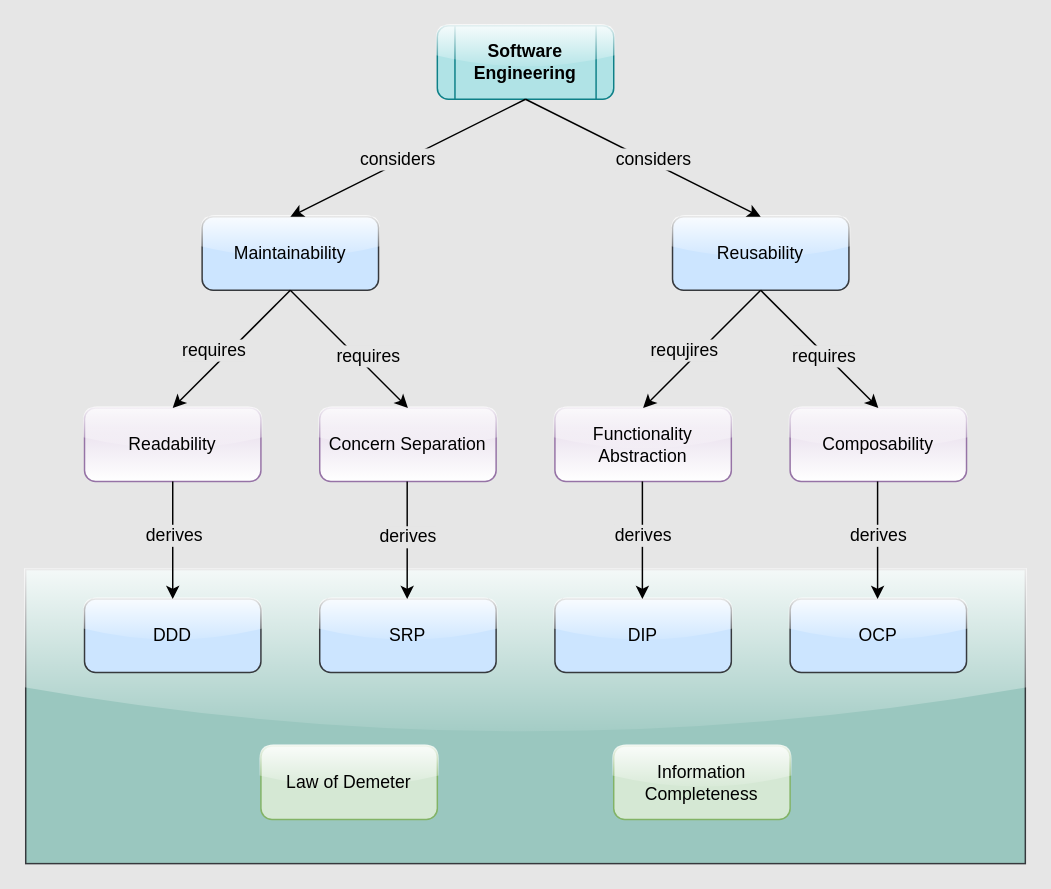
psilons/python-ent-tutorial keeps this draw.io diagram as chapter_09_design/docs/design_principles.drawio. Above is the earlier version. Source tidied: cells renumbered, new cells numbered last; positions are measured from the earlier drawing's top-left corner, leaving out a move shared by most shapes. Both pictures are drawn from the tidied source at 147%, with x=0, y=0 at pixel (25, 25).
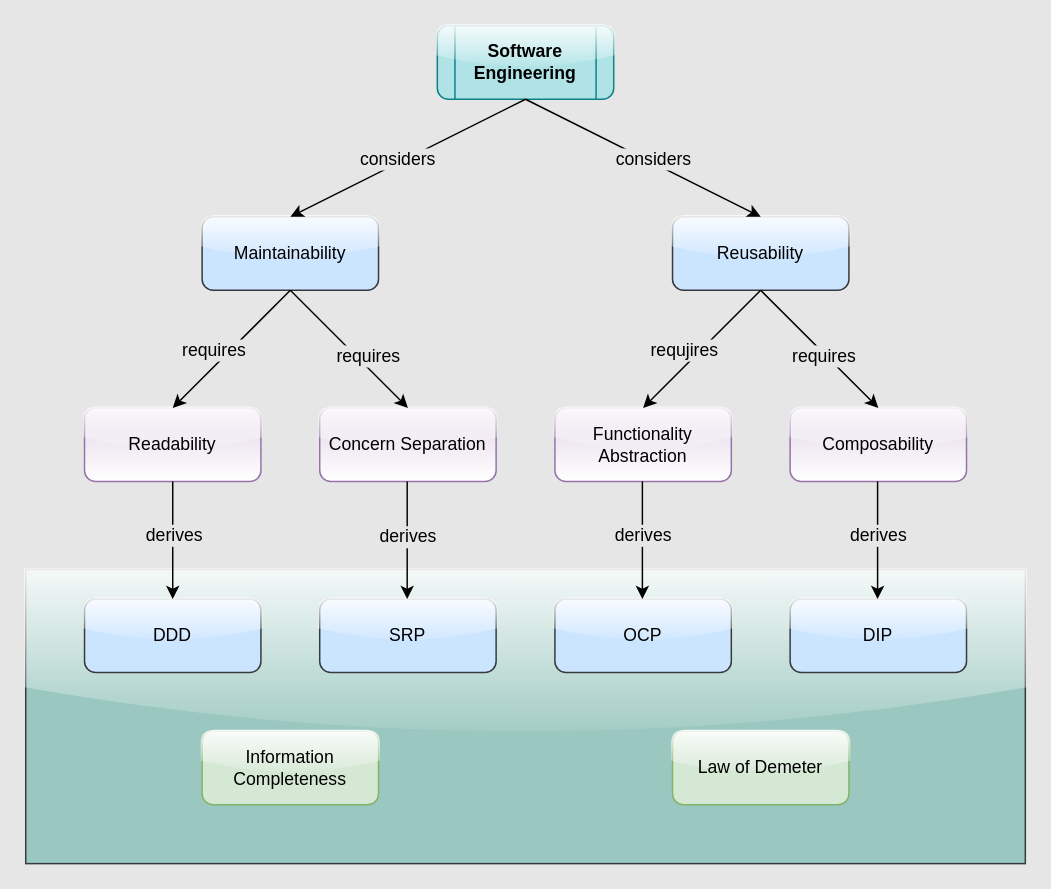
After the change.

Change to the diagram source:
```diff
@@
-    <mxCell id="3" value="OCP" style="rounded=1;whiteSpace=wrap;html=1;fillColor=#cce5ff;strokeColor=#36393d;glass=1;" parent="1" vertex="1">
+    <mxCell id="3" value="DIP" style="rounded=1;whiteSpace=wrap;html=1;fillColor=#cce5ff;strokeColor=#36393d;glass=1;" parent="1" vertex="1">
       <mxGeometry x="520" y="390" width="120" height="50" as="geometry" />
     </mxCell>
@@
     <mxCell id="5" value="Law of Demeter" style="rounded=1;whiteSpace=wrap;html=1;fillColor=#d5e8d4;strokeColor=#82b366;glass=1;" parent="1" vertex="1">
-      <mxGeometry x="160" y="490" width="120" height="50" as="geometry" />
+      <mxGeometry x="440" y="480" width="120" height="50" as="geometry" />
     </mxCell>
-    <mxCell id="6" value="DIP" style="rounded=1;whiteSpace=wrap;html=1;fillColor=#cce5ff;strokeColor=#36393d;glass=1;" parent="1" vertex="1">
+    <mxCell id="6" value="OCP" style="rounded=1;whiteSpace=wrap;html=1;fillColor=#cce5ff;strokeColor=#36393d;glass=1;" parent="1" vertex="1">
       <mxGeometry x="360" y="390" width="120" height="50" as="geometry" />
     </mxCell>
     <mxCell id="7" value="Information Completeness" style="rounded=1;whiteSpace=wrap;html=1;fillColor=#d5e8d4;strokeColor=#82b366;glass=1;" parent="1" vertex="1">
-      <mxGeometry x="400" y="490" width="120" height="50" as="geometry" />
+      <mxGeometry x="120" y="480" width="120" height="50" as="geometry" />
     </mxCell>
```
